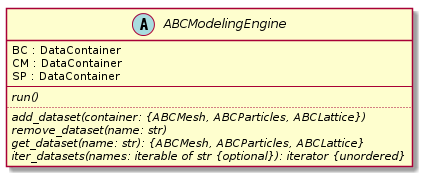
The PlantUML diagram doc/source/images/engine.png in simphony/simphony-common, before a commit.
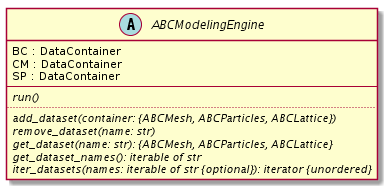
Above is the later version.

Commit message:
Updated engine uml

Diff of the diagram source:
```diff
@@ -9,6 +9,7 @@
   {abstract} add_dataset(container: {ABCMesh, ABCParticles, ABCLattice})
   {abstract} remove_dataset(name: str)
   {abstract} get_dataset(name: str): {ABCMesh, ABCParticles, ABCLattice}
+  {abstract} get_dataset_names(): iterable of str
   {abstract} iter_datasets(names: iterable of str {optional}): iterator {unordered}
 }
 @enduml
```
